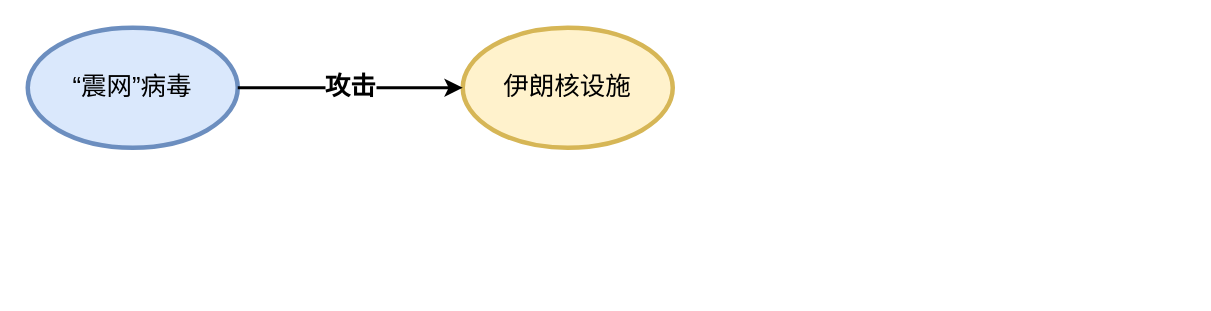
Earlier version of the draw.io diagram 三元组.drawio (cqguowangshu/CyberspaceSecurity_NER). Source tidied: cells renumbered, new cells numbered last; positions are measured from the earlier drawing's top-left corner, leaving out a move shared by most shapes. Both pictures are drawn from the tidied source at 150%, with x=0, y=0 at pixel (27, 27).
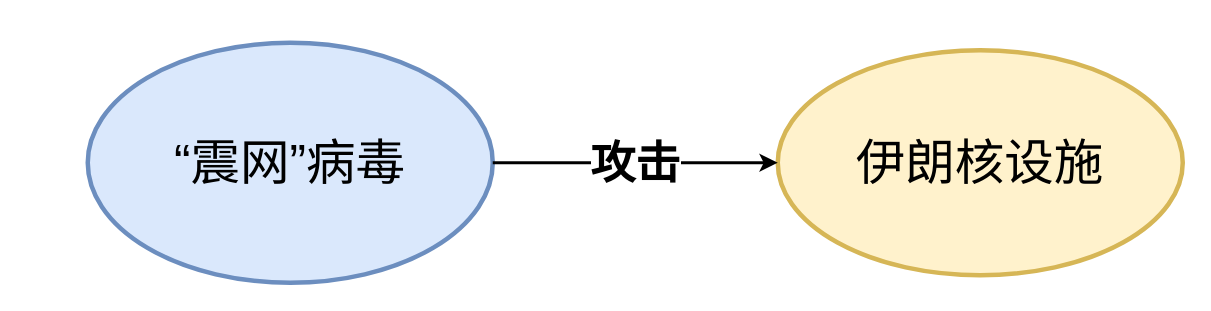
After the change.

Commit message (it also covers changes not shown here):
更新三元组.drawio

The edit, as a diff of the source:
```diff
@@
 <mxGraphModel>
   <root>
     <mxCell id="0" />
     <mxCell id="1" parent="0" />
-    <mxCell id="2" value="“震网”病毒" style="ellipse;whiteSpace=wrap;html=1;fillColor=#dae8fc;strokeColor=#6c8ebf;strokeWidth=3;fontSize=17;" parent="1" vertex="1">
-      <mxGeometry width="140" height="80" as="geometry" />
+    <mxCell id="2" value="“震网”病毒" style="ellipse;whiteSpace=wrap;html=1;fillColor=#dae8fc;strokeColor=#6c8ebf;strokeWidth=3;fontSize=33;" parent="1" vertex="1">
+      <mxGeometry x="40" y="10" width="270" height="160" as="geometry" />
     </mxCell>
-    <mxCell id="3" value="伊朗核设施" style="ellipse;whiteSpace=wrap;html=1;strokeWidth=3;fontSize=17;fillColor=#fff2cc;strokeColor=#d6b656;" parent="1" vertex="1">
-      <mxGeometry x="290" width="140" height="80" as="geometry" />
+    <mxCell id="3" value="伊朗核设施" style="ellipse;whiteSpace=wrap;html=1;strokeWidth=3;fontSize=33;fillColor=#fff2cc;strokeColor=#d6b656;" parent="1" vertex="1">
+      <mxGeometry x="500" y="15" width="270" height="150" as="geometry" />
     </mxCell>
-    <mxCell id="4" value="攻击" style="endArrow=classic;html=1;fontSize=17;exitX=1;exitY=0.5;exitDx=0;exitDy=0;entryX=0;entryY=0.5;entryDx=0;entryDy=0;strokeWidth=2;fontStyle=1;" parent="1" edge="1" source="2" target="3">
+    <mxCell id="4" value="攻击" style="endArrow=classic;html=1;fontSize=30;exitX=1;exitY=0.5;exitDx=0;exitDy=0;entryX=0;entryY=0.5;entryDx=0;entryDy=0;strokeWidth=2;fontStyle=1;" parent="1" edge="1" source="2" target="3">
       <mxGeometry relative="1" as="geometry" />
     </mxCell>
   </root>
 </mxGraphModel>
```
